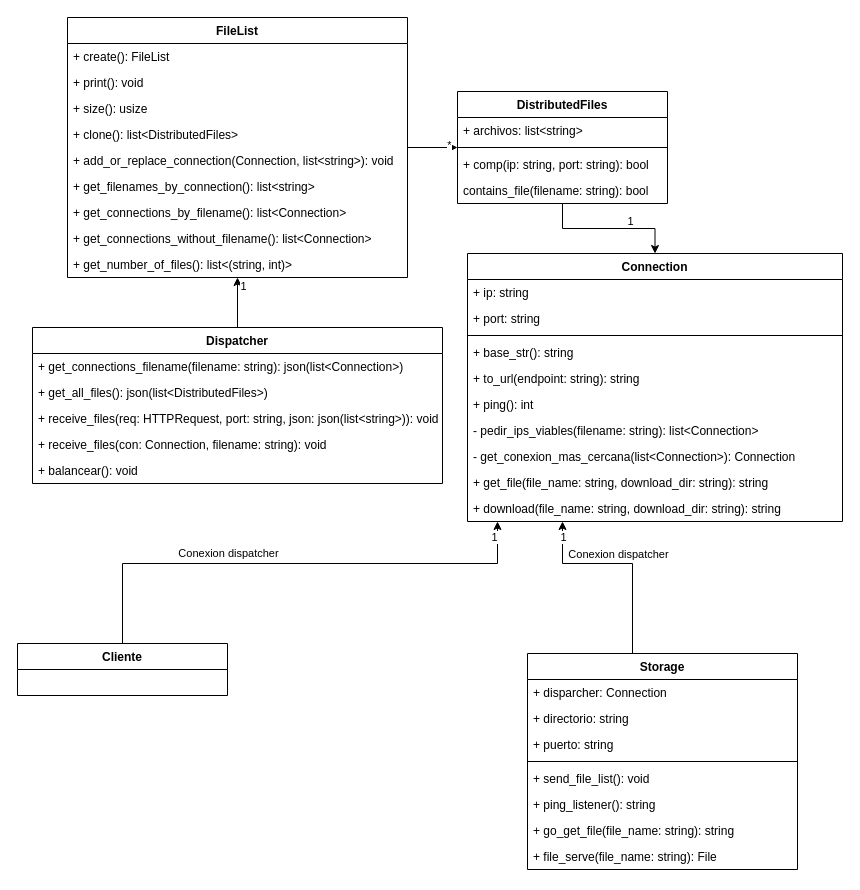
This is page "clases" (2 of 3) of diagramas/diagramas.drawio from dhasane/gestor-informacion, a draw.io file, before an edit. Source tidied: cells renumbered, new cells numbered last; positions are measured from the earlier drawing's top-left corner, leaving out a move shared by most shapes. Both pictures are drawn from the tidied source at 100%, with x=0, y=0 at pixel (17, 17).
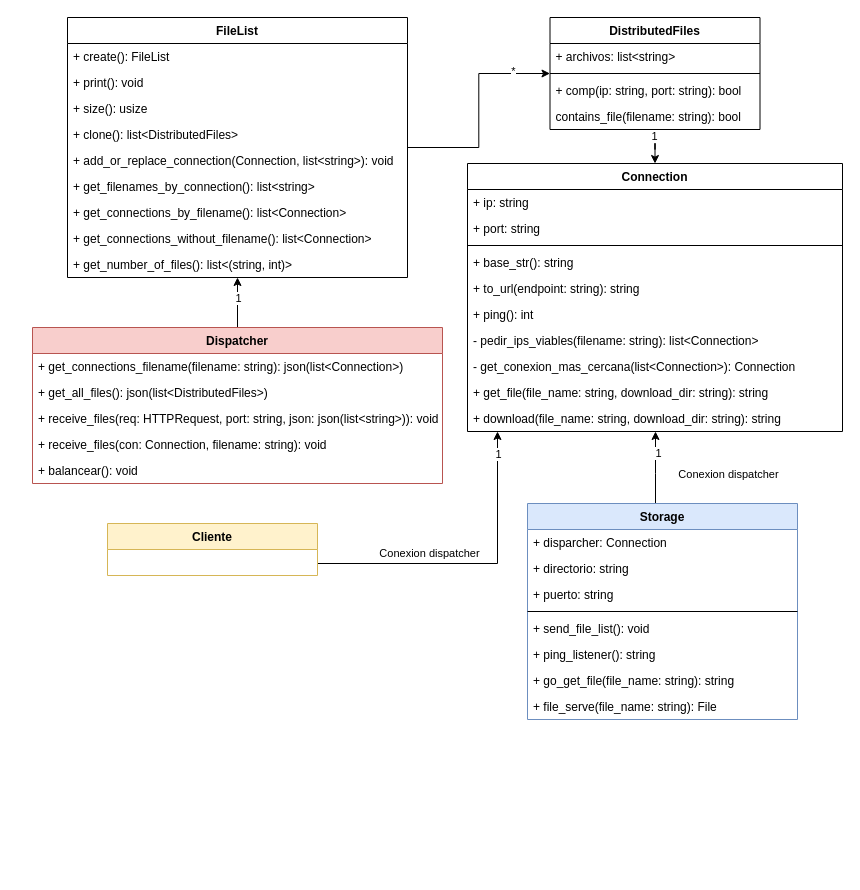
The same page after the edit.

Commit message (it also covers changes not shown here):
Modificacion diagramas

The change refers to these unchanged cells:
```xml
<mxCell id="2" style="edgeStyle=orthogonalEdgeStyle;rounded=0;jettySize=auto;html=1;" parent="1" edge="1" source="4" target="28">
  <mxGeometry relative="1" as="geometry" />
</mxCell>
<mxCell id="22" style="edgeStyle=orthogonalEdgeStyle;rounded=0;jettySize=auto;html=1;" parent="1" edge="1" source="25" target="45">
  <mxGeometry relative="1" as="geometry">
    <Array as="points">
      <mxPoint x="105" y="546" />
      <mxPoint x="480" y="546" />
    </Array>
  </mxGeometry>
</mxCell>
```

Diff of the diagram source:
```diff
@@
     <mxCell id="3" value="1" style="edgeLabel;html=1;align=center;verticalAlign=middle;" parent="2" vertex="1">
       <mxGeometry x="0.71" y="-3" relative="1" as="geometry">
-        <mxPoint x="2" y="1" as="offset" />
+        <mxPoint x="-3" y="13" as="offset" />
       </mxGeometry>
     </mxCell>
-    <mxCell id="4" value="Dispatcher" style="swimlane;fontStyle=1;align=center;verticalAlign=top;horizontal=1;startSize=26;" parent="1" vertex="1">
+    <mxCell id="4" value="Dispatcher" style="swimlane;fontStyle=1;align=center;verticalAlign=top;horizontal=1;startSize=26;fillColor=#f8cecc;strokeColor=#b85450;" parent="1" vertex="1">
       <mxGeometry x="15" y="310" width="410" height="156" as="geometry" />
     </mxCell>
@@
     <mxCell id="10" style="edgeStyle=orthogonalEdgeStyle;rounded=0;jettySize=auto;html=1;startArrow=none;startFill=0;endArrow=classic;endFill=1;" parent="1" edge="1" source="13" target="45">
       <mxGeometry relative="1" as="geometry">
         <Array as="points">
-          <mxPoint x="615" y="546" />
-          <mxPoint x="545" y="546" />
+          <mxPoint x="638" y="456" />
+          <mxPoint x="638" y="456" />
         </Array>
       </mxGeometry>
     </mxCell>
     <mxCell id="11" value="1" style="edgeLabel;html=1;align=center;verticalAlign=middle;" parent="10" vertex="1">
-      <mxGeometry x="0.85" relative="1" as="geometry" />
+      <mxGeometry x="0.85" relative="1" as="geometry">
+        <mxPoint x="2" y="16" as="offset" />
+      </mxGeometry>
     </mxCell>
@@
-    <mxCell id="13" value="Storage" style="swimlane;fontStyle=1;align=center;verticalAlign=top;horizontal=1;startSize=26;" parent="1" vertex="1">
-      <mxGeometry x="510" y="636" width="270" height="216" as="geometry" />
+    <mxCell id="13" value="Storage" style="swimlane;fontStyle=1;align=center;verticalAlign=top;horizontal=1;startSize=26;fillColor=#dae8fc;strokeColor=#6c8ebf;" parent="1" vertex="1">
+      <mxGeometry x="510" y="486" width="270" height="216" as="geometry" />
     </mxCell>
@@
     <mxCell id="24" value="1" style="edgeLabel;html=1;align=center;verticalAlign=middle;" parent="22" vertex="1">
       <mxGeometry x="0.91" y="4" relative="1" as="geometry">
-        <mxPoint y="-7" as="offset" />
+        <mxPoint x="4" y="8" as="offset" />
       </mxGeometry>
     </mxCell>
-    <mxCell id="25" value="Cliente" style="swimlane;fontStyle=1;align=center;verticalAlign=top;horizontal=1;startSize=26;" parent="1" vertex="1">
-      <mxGeometry y="626" width="210" height="52" as="geometry" />
+    <mxCell id="25" value="Cliente" style="swimlane;fontStyle=1;align=center;verticalAlign=top;horizontal=1;startSize=26;fillColor=#fff2cc;strokeColor=#d6b656;" parent="1" vertex="1">
+      <mxGeometry x="90" y="506" width="210" height="52" as="geometry" />
     </mxCell>
@@
     <mxCell id="40" value="DistributedFiles" style="swimlane;fontStyle=1;align=center;verticalAlign=top;horizontal=1;startSize=26;" parent="1" vertex="1">
-      <mxGeometry x="440" y="74" width="210" height="112" as="geometry" />
+      <mxGeometry x="532.5" width="210" height="112" as="geometry" />
     </mxCell>
@@
     <mxCell id="45" value="Connection" style="swimlane;fontStyle=1;align=center;verticalAlign=top;horizontal=1;startSize=26;" parent="1" vertex="1">
-      <mxGeometry x="450" y="236" width="375" height="268" as="geometry" />
+      <mxGeometry x="450" y="146" width="375" height="268" as="geometry" />
     </mxCell>
@@
     <mxCell id="56" value="Conexion dispatcher" style="edgeLabel;html=1;align=center;verticalAlign=middle;" parent="1" vertex="1">
-      <mxGeometry x="600" y="536" as="geometry" />
+      <mxGeometry x="710" y="456" as="geometry" />
     </mxCell>
```
